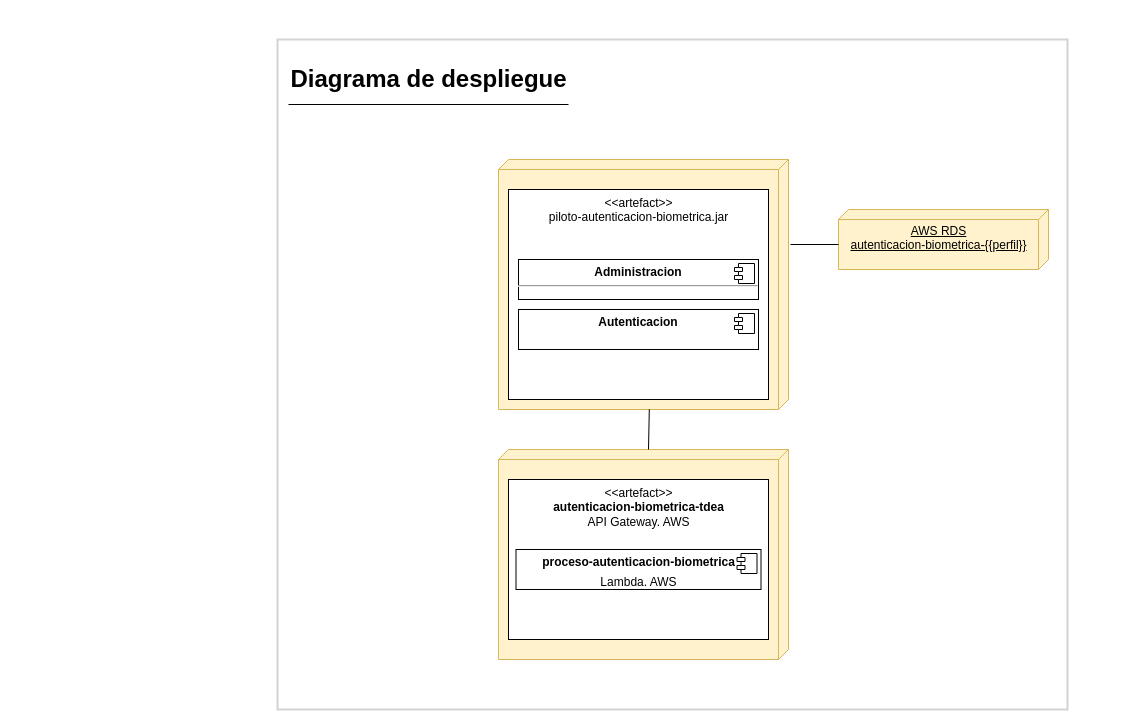
Before: autenticacionBiometrica-diagramaDespliegue.drawio in ca-milin15/proy_grado_2021_doc, a draw.io diagram. Source tidied: cells renumbered, new cells numbered last; positions are measured from the earlier drawing's top-left corner, leaving out a move shared by most shapes. Both pictures are drawn from the tidied source at 100%, with x=0, y=0 at pixel (277, 39).
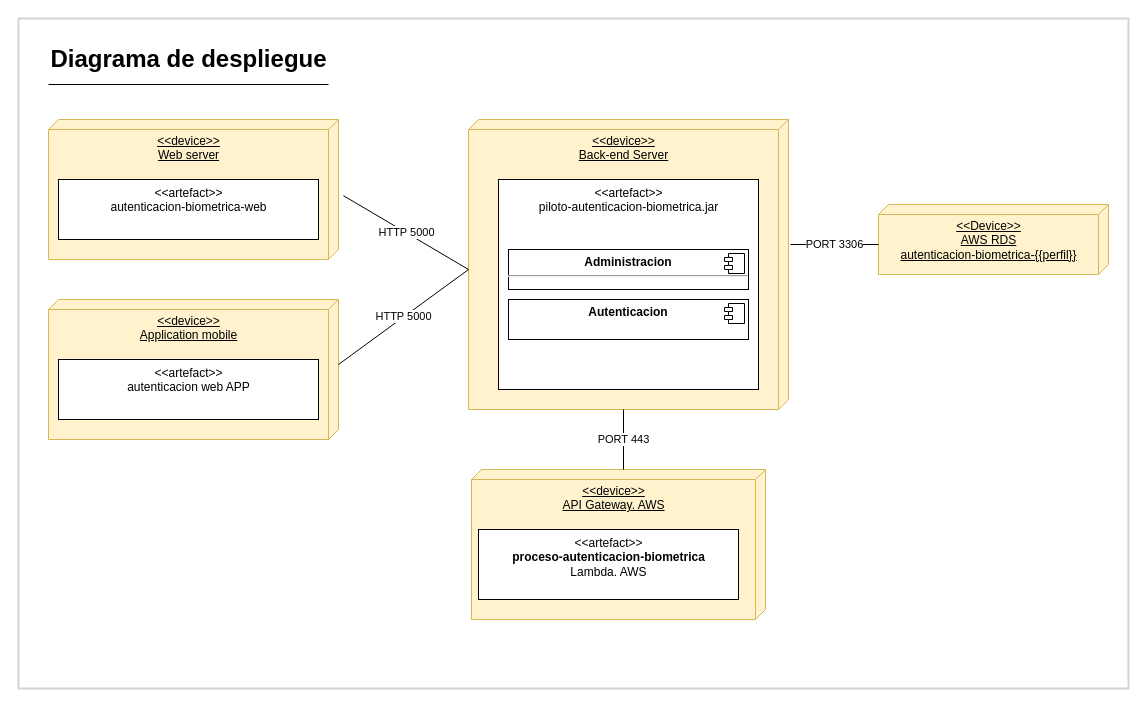
The same page after the edit.

What changed in the source:
```diff
@@
     <mxCell id="2" style="rounded=0;whiteSpace=wrap;html=1;fillColor=none;strokeColor=#d3d3d3;strokeWidth=2;" parent="1" vertex="1">
-      <mxGeometry width="790" height="670" as="geometry" />
+      <mxGeometry x="-259" y="-21" width="1110" height="670" as="geometry" />
     </mxCell>
     <mxCell id="3" value="Diagrama de despliegue" style="text;strokeColor=none;fillColor=none;html=1;fontSize=24;fontStyle=1;verticalAlign=middle;align=center;" parent="1" vertex="1">
-      <mxGeometry x="11" y="20" width="280" height="40" as="geometry" />
+      <mxGeometry x="-229" width="280" height="40" as="geometry" />
     </mxCell>
     <mxCell id="4" style="line;strokeWidth=1;dashed=0;labelPosition=right;align=left;verticalAlign=middle;spacingTop=0;spacingLeft=6;" parent="1" vertex="1">
-      <mxGeometry x="11" y="60" width="280" height="10" as="geometry" />
+      <mxGeometry x="-229" y="40" width="280" height="10" as="geometry" />
     </mxCell>
-    <mxCell id="5" style="verticalAlign=top;align=left;spacingTop=8;spacingLeft=2;spacingRight=12;shape=cube;size=10;direction=south;fontStyle=4;html=1;fillColor=#fff2cc;strokeColor=#d6b656;" parent="1" vertex="1">
-      <mxGeometry x="221" y="120" width="290" height="250" as="geometry" />
+    <mxCell id="5" value="&amp;lt;&amp;lt;device&amp;gt;&amp;gt;&lt;br&gt;Back-end Server" style="verticalAlign=top;align=center;spacingTop=8;spacingLeft=2;spacingRight=12;shape=cube;size=10;direction=south;fontStyle=4;html=1;fillColor=#fff2cc;strokeColor=#d6b656;" parent="1" vertex="1">
+      <mxGeometry x="191" y="80" width="320" height="290" as="geometry" />
     </mxCell>
-    <mxCell id="6" value="&amp;lt;&amp;lt;artefact&amp;gt;&amp;gt;&lt;br&gt;piloto-autenticacion-biometrica.jar" style="html=1;verticalAlign=top;" parent="1" vertex="1">
-      <mxGeometry x="231" y="150" width="260" height="210" as="geometry" />
+    <mxCell id="6" value="&lt;span&gt;&amp;lt;&amp;lt;artefact&amp;gt;&amp;gt;&lt;/span&gt;&lt;br&gt;piloto-autenticacion-biometrica.jar" style="html=1;verticalAlign=top;" parent="1" vertex="1">
+      <mxGeometry x="221" y="140" width="260" height="210" as="geometry" />
     </mxCell>
-    <mxCell id="7" value="AWS RDS&lt;br&gt;autenticacion-biometrica-{{perfil}}" style="verticalAlign=top;align=center;spacingTop=8;spacingLeft=2;spacingRight=12;shape=cube;size=10;direction=south;fontStyle=4;html=1;fillColor=#fff2cc;strokeColor=#d6b656;" parent="1" vertex="1">
-      <mxGeometry x="561" y="170" width="210" height="60" as="geometry" />
+    <mxCell id="7" value="&amp;lt;&amp;lt;Device&amp;gt;&amp;gt;&lt;br&gt;AWS RDS&lt;br&gt;autenticacion-biometrica-{{perfil}}" style="verticalAlign=top;align=center;spacingTop=8;spacingLeft=2;spacingRight=12;shape=cube;size=10;direction=south;fontStyle=4;html=1;fillColor=#fff2cc;strokeColor=#d6b656;" parent="1" vertex="1">
+      <mxGeometry x="601" y="165" width="230" height="70" as="geometry" />
     </mxCell>
     <mxCell id="8" value="&lt;p style=&quot;margin: 0px ; margin-top: 6px ; text-align: center&quot;&gt;&lt;b&gt;Administracion&lt;/b&gt;&lt;/p&gt;&lt;hr&gt;&lt;p style=&quot;margin: 0px ; margin-left: 8px&quot;&gt;&lt;br&gt;&lt;/p&gt;" style="align=left;overflow=fill;html=1;" parent="1" vertex="1">
-      <mxGeometry x="241" y="220" width="240" height="40" as="geometry" />
+      <mxGeometry x="231" y="210" width="240" height="40" as="geometry" />
     </mxCell>
@@
     <mxCell id="10" value="&lt;p style=&quot;margin: 0px ; margin-top: 6px ; text-align: center&quot;&gt;&lt;b&gt;Autenticacion&lt;/b&gt;&lt;/p&gt;" style="align=left;overflow=fill;html=1;" parent="1" vertex="1">
-      <mxGeometry x="241" y="270" width="240" height="40" as="geometry" />
+      <mxGeometry x="231" y="260" width="240" height="40" as="geometry" />
     </mxCell>
@@
-    <mxCell id="12" style="endArrow=none;html=1;entryX=0;entryY=0;entryDx=35;entryDy=210;entryPerimeter=0;" parent="1" edge="1" target="7">
+    <mxCell id="12" value="PORT 3306" style="endArrow=none;html=1;entryX=0;entryY=0;entryDx=40;entryDy=230;entryPerimeter=0;" parent="1" edge="1" target="7">
       <mxGeometry relative="1" as="geometry">
         <mxPoint x="513" y="205" as="sourcePoint" />
       </mxGeometry>
     </mxCell>
-    <mxCell id="13" style="verticalAlign=top;align=left;spacingTop=8;spacingLeft=2;spacingRight=12;shape=cube;size=10;direction=south;fontStyle=4;html=1;fillColor=#fff2cc;strokeColor=#d6b656;" parent="1" vertex="1">
-      <mxGeometry x="221" y="410" width="290" height="210" as="geometry" />
+    <mxCell id="13" value="&amp;lt;&amp;lt;device&amp;gt;&amp;gt;&lt;br&gt;&lt;span style=&quot;&quot;&gt;API Gateway. AWS&lt;/span&gt;" style="verticalAlign=top;align=center;spacingTop=8;spacingLeft=2;spacingRight=12;shape=cube;size=10;direction=south;fontStyle=4;html=1;fillColor=#fff2cc;strokeColor=#d6b656;" parent="1" vertex="1">
+      <mxGeometry x="194" y="430" width="294" height="150" as="geometry" />
     </mxCell>
-    <mxCell id="14" value="&amp;lt;&amp;lt;artefact&amp;gt;&amp;gt;&lt;br&gt;&lt;b&gt;autenticacion-biometrica-tdea &lt;/b&gt;&lt;br&gt;API Gateway. AWS" style="html=1;verticalAlign=top;" parent="1" vertex="1">
-      <mxGeometry x="231" y="440" width="260" height="160" as="geometry" />
+    <mxCell id="14" value="&amp;lt;&amp;lt;artefact&amp;gt;&amp;gt;&lt;br&gt;&lt;b&gt;proceso-autenticacion-biometrica&lt;br&gt;&lt;/b&gt;Lambda. AWS" style="html=1;verticalAlign=top;" parent="1" vertex="1">
+      <mxGeometry x="201" y="490" width="260" height="70" as="geometry" />
     </mxCell>
-    <mxCell id="15" value="&lt;p style=&quot;margin: 0px ; margin-top: 6px ; text-align: center&quot;&gt;&lt;b&gt;proceso-autenticacion-biometrica&lt;/b&gt;&lt;/p&gt;&lt;p style=&quot;margin: 0px ; margin-top: 6px ; text-align: center&quot;&gt;Lambda. AWS&lt;/p&gt;" style="align=left;overflow=fill;html=1;" parent="1" vertex="1">
-      <mxGeometry x="238.5" y="510" width="245" height="40" as="geometry" />
-    </mxCell>
-    <mxCell id="16" style="shape=component;jettyWidth=8;jettyHeight=4;" parent="15" vertex="1">
-      <mxGeometry x="1" width="20" height="20" relative="1" as="geometry">
-        <mxPoint x="-24" y="4" as="offset" />
-      </mxGeometry>
-    </mxCell>
-    <mxCell id="17" style="endArrow=none;html=1;entryX=0;entryY=0;entryDx=0;entryDy=140;entryPerimeter=0;exitX=0.999;exitY=0.48;exitDx=0;exitDy=0;exitPerimeter=0;" parent="1" edge="1" source="5" target="13">
+    <mxCell id="17" value="PORT 443" style="endArrow=none;html=1;entryX=0;entryY=0;entryDx=0;entryDy=142;entryPerimeter=0;exitX=0;exitY=0;exitDx=290;exitDy=165;exitPerimeter=0;" parent="1" edge="1" source="5" target="13">
       <mxGeometry relative="1" as="geometry" />
     </mxCell>
+    <mxCell id="18" value="&amp;lt;&amp;lt;device&amp;gt;&amp;gt;&lt;br&gt;Web server" style="verticalAlign=top;align=center;spacingTop=8;spacingLeft=2;spacingRight=12;shape=cube;size=10;direction=south;fontStyle=4;html=1;fillColor=#fff2cc;strokeColor=#d6b656;" parent="1" vertex="1">
+      <mxGeometry x="-229" y="80" width="290" height="140" as="geometry" />
+    </mxCell>
+    <mxCell id="19" value="&amp;lt;&amp;lt;artefact&amp;gt;&amp;gt;&lt;br&gt;autenticacion-biometrica-web" style="html=1;verticalAlign=top;" parent="1" vertex="1">
+      <mxGeometry x="-219" y="140" width="260" height="60" as="geometry" />
+    </mxCell>
+    <mxCell id="20" value="&amp;lt;&amp;lt;device&amp;gt;&amp;gt;&lt;br&gt;Application mobile" style="verticalAlign=top;align=center;spacingTop=8;spacingLeft=2;spacingRight=12;shape=cube;size=10;direction=south;fontStyle=4;html=1;fillColor=#fff2cc;strokeColor=#d6b656;" parent="1" vertex="1">
+      <mxGeometry x="-229" y="260" width="290" height="140" as="geometry" />
+    </mxCell>
+    <mxCell id="21" value="&amp;lt;&amp;lt;artefact&amp;gt;&amp;gt;&lt;br&gt;autenticacion web APP" style="html=1;verticalAlign=top;" parent="1" vertex="1">
+      <mxGeometry x="-219" y="320" width="260" height="60" as="geometry" />
+    </mxCell>
+    <mxCell id="22" value="HTTP 5000" style="endArrow=none;html=1;exitX=0.544;exitY=-0.017;exitDx=0;exitDy=0;exitPerimeter=0;entryX=0;entryY=0;entryDx=150;entryDy=320;entryPerimeter=0;" parent="1" edge="1" source="18" target="5">
+      <mxGeometry relative="1" as="geometry" />
+    </mxCell>
+    <mxCell id="23" value="HTTP 5000" style="endArrow=none;html=1;exitX=0;exitY=0;exitDx=65;exitDy=0;exitPerimeter=0;entryX=0;entryY=0;entryDx=150;entryDy=320;entryPerimeter=0;" parent="1" edge="1" source="20" target="5">
+      <mxGeometry relative="1" as="geometry" />
+    </mxCell>
```
